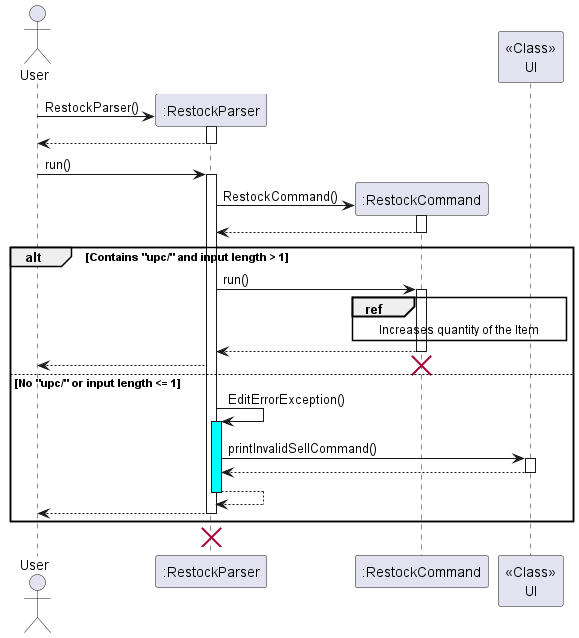
Before: docs/UML/Restock/RestockParser.png, a diagram exported from PlantUML (nus-cs2113-AY2223S2/tp). Its diagram source:
```plantuml
@startuml
actor User
participant ":RestockParser"
User -> ":RestockParser" **:RestockParser()
activate ":RestockParser"
":RestockParser" --> User
deactivate ":RestockParser"
User->":RestockParser":run()
activate ":RestockParser"
":RestockParser" -> ":RestockCommand" **:RestockCommand()
activate ":RestockCommand"
":RestockCommand" --> ":RestockParser"
deactivate ":RestockCommand"


alt Contains "upc/" and input length > 1
    ":RestockParser"->":RestockCommand": run()
    activate ":RestockCommand"
    ref over ":RestockCommand","<<Class>>\nUI": Increases quantity of the Item
    ":RestockCommand"-->":RestockParser":
    deactivate ":RestockCommand"
    ":RestockParser"-->User:
    destroy ":RestockCommand"


else No "upc/" or input length <= 1
    ":RestockParser"->":RestockParser": EditErrorException()
    activate ":RestockParser" #Cyan
    ":RestockParser"->"<<Class>>\nUI":printInvalidSellCommand()
    activate "<<Class>>\nUI"
    "<<Class>>\nUI"-->":RestockParser":
    deactivate "<<Class>>\nUI"
    ":RestockParser"-->":RestockParser":
    deactivate ":RestockParser"
    ":RestockParser"-->User:
    deactivate ":RestockParser"
end


deactivate ":RestockParser"
destroy ":RestockParser"
@enduml
```
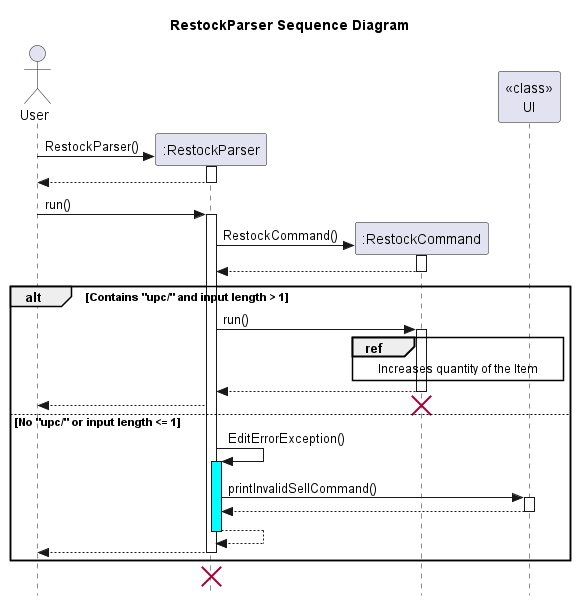
Later version of the same file.

Change to the diagram source:
```diff
@@ -1,4 +1,7 @@
 @startuml
+title RestockParser Sequence Diagram
+
+skinparam style strictuml
 actor User
 participant ":RestockParser"
 User -> ":RestockParser" **:RestockParser()
@@ -16,7 +19,7 @@
 alt Contains "upc/" and input length > 1
     ":RestockParser"->":RestockCommand": run()
     activate ":RestockCommand"
-    ref over ":RestockCommand","<<Class>>\nUI": Increases quantity of the Item
+    ref over ":RestockCommand","<<class>>\nUI": Increases quantity of the Item
     ":RestockCommand"-->":RestockParser":
     deactivate ":RestockCommand"
     ":RestockParser"-->User:
@@ -26,10 +29,10 @@
 else No "upc/" or input length <= 1
     ":RestockParser"->":RestockParser": EditErrorException()
     activate ":RestockParser" #Cyan
-    ":RestockParser"->"<<Class>>\nUI":printInvalidSellCommand()
-    activate "<<Class>>\nUI"
-    "<<Class>>\nUI"-->":RestockParser":
-    deactivate "<<Class>>\nUI"
+    ":RestockParser"->"<<class>>\nUI":printInvalidSellCommand()
+    activate "<<class>>\nUI"
+    "<<class>>\nUI"-->":RestockParser":
+    deactivate "<<class>>\nUI"
     ":RestockParser"-->":RestockParser":
     deactivate ":RestockParser"
     ":RestockParser"-->User:
```
